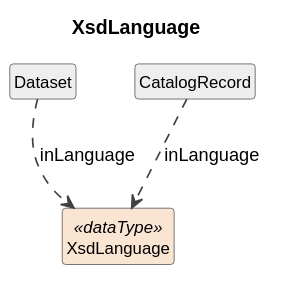
Above: cdif-uml-model/_plantuml/cdifDataDescription/DataTypes/XsdLanguage.svg in Cross-Domain-Interoperability-Framework/metadataBuildingBlocks (PlantUML), before the change. The source it was exported from:
```plantuml
@startuml
title XsdLanguage
hide circle
hide empty members
skinparam shadowing false
skinparam ArrowThickness 1.2
skinparam class {
  ArrowColor #404040
  BorderColor #404040
  FontSize 12
}

class "XsdLanguage" as XsdLanguage <<dataType>> #FAE5D3
class "Dataset" as Dataset #EEEEEE
Dataset ..> XsdLanguage : inLanguage
class "CatalogRecord" as CatalogRecord #EEEEEE
CatalogRecord ..> XsdLanguage : inLanguage
@enduml
```
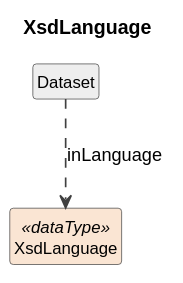
After the commit.

Change to the diagram source:
```diff
@@ -13,6 +13,4 @@
 class "XsdLanguage" as XsdLanguage <<dataType>> #FAE5D3
 class "Dataset" as Dataset #EEEEEE
 Dataset ..> XsdLanguage : inLanguage
-class "CatalogRecord" as CatalogRecord #EEEEEE
-CatalogRecord ..> XsdLanguage : inLanguage
 @enduml
```
